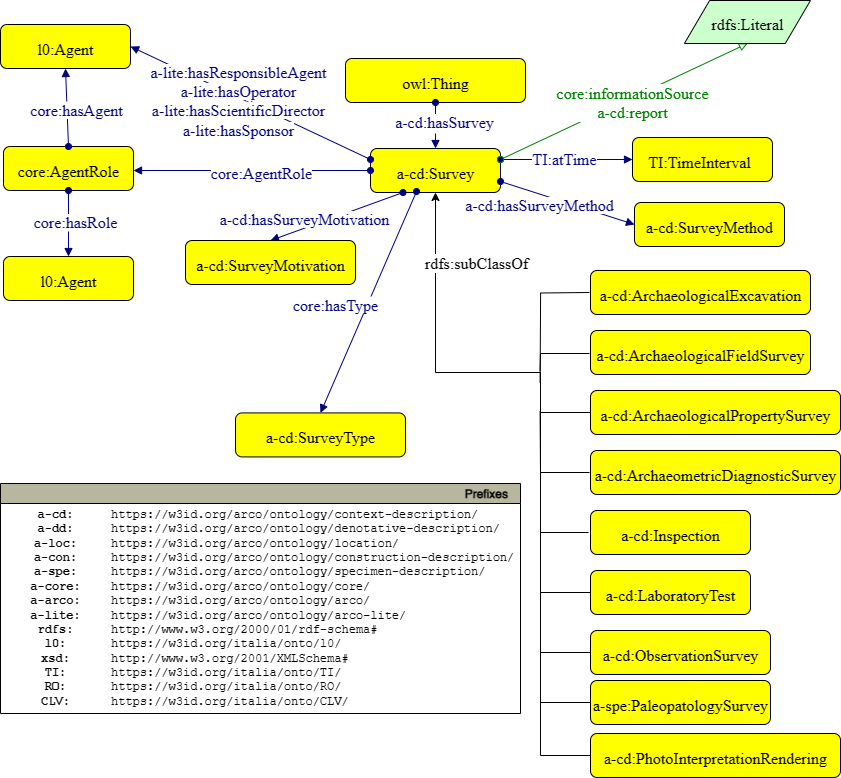
This is ArCo-release/test/2.0/Survey/Surveys-Pattern.drawio.png from ICCD-MiBACT/ArCo, a draw.io export, as it was before one commit. Source tidied: cells renumbered, new cells last; positions are measured from the earlier drawing's top-left corner, leaving out a move shared by most shapes.
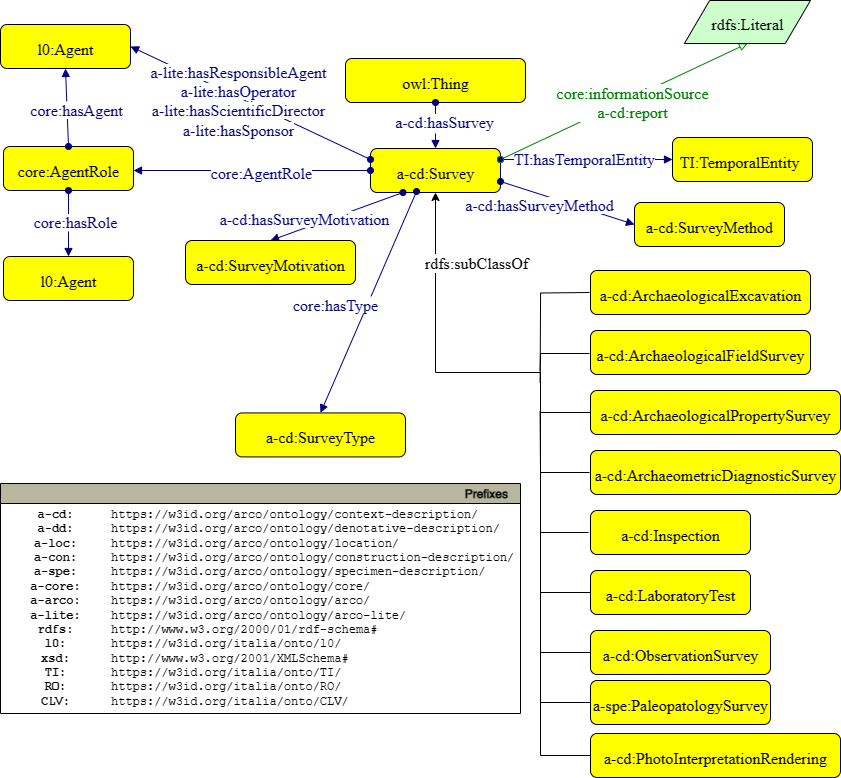
After the change.

What changed in the source:
```diff
@@ -145,15 +145,15 @@
       <mxGeometry x="56.6" y="10.6" width="136.8" height="22.8" as="geometry" />
     </mxCell>
     <mxCell id="36" style="graphMlID=n4;shape=rect;rounded=1;arcsize=30;fillColor=#ffff00;strokeColor=#000000;strokeWidth=1.0;" parent="1" vertex="1">
-      <mxGeometry x="632" y="137" width="140" height="44" as="geometry" />
+      <mxGeometry x="672" y="137" width="140" height="44" as="geometry" />
     </mxCell>
-    <mxCell id="37" value="TI:TimeInterval" style="text;html=1;spacing=0;align=center;fontFamily=dialog;fontSize=16;fontStyle=0;fontColor=#000000;" parent="36" vertex="1">
+    <mxCell id="37" value="TI:TemporalEntity" style="text;html=1;spacing=0;align=center;fontFamily=dialog;fontSize=16;fontStyle=0;fontColor=#000000;" parent="36" vertex="1">
       <mxGeometry x="28.9" y="10.6" width="76.6" height="22.8" as="geometry" />
     </mxCell>
     <mxCell id="38" style="graphMlID=e0;rounded=0;endArrow=block;strokeColor=#000080;strokeWidth=1.0;startArrow=oval;startFill=1;endFill=1;entryX=0;entryY=0.5;entryDx=0;entryDy=0;exitX=1;exitY=0.25;exitDx=0;exitDy=0;" parent="1" edge="1" source="6" target="36">
       <mxGeometry relative="1" as="geometry" />
     </mxCell>
-    <mxCell id="39" value="&lt;span style=&quot;background-color: rgb(255 , 255 , 255)&quot;&gt;TI:atTime&lt;/span&gt;" style="text;html=1;spacing=0;align=center;fontFamily=dialog;fontSize=16;fontStyle=0;fontColor=#000080;" parent="38" vertex="1">
+    <mxCell id="39" value="&lt;span style=&quot;background-color: rgb(255 , 255 , 255)&quot;&gt;TI:hasTemporalEntity&lt;/span&gt;" style="text;html=1;spacing=0;align=center;fontFamily=dialog;fontSize=16;fontStyle=0;fontColor=#000080;" parent="38" vertex="1">
       <mxGeometry width="116.95" height="22.84" relative="1" as="geometry">
         <mxPoint x="-60" y="-14.4" as="offset" />
       </mxGeometry>
```
